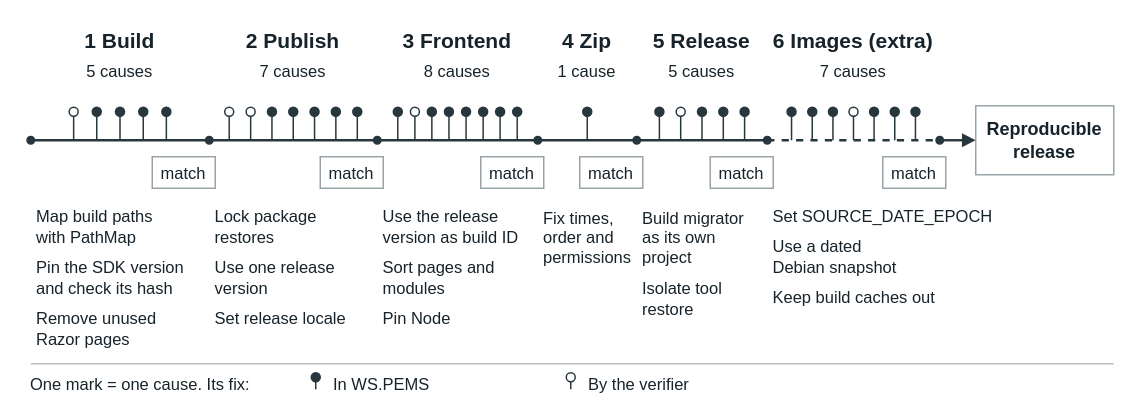
leosakharoff/dotnet-rebuild-experiments keeps this draw.io diagram as 1-ws-pems/figures/rq1-journey.drawio. Above is the earlier version. Source tidied: cells renumbered, new cells numbered last; positions are measured from the earlier drawing's top-left corner, leaving out a move shared by most shapes. Both pictures are drawn from the tidied source at 150%, with x=0, y=0 at pixel (27, 26).
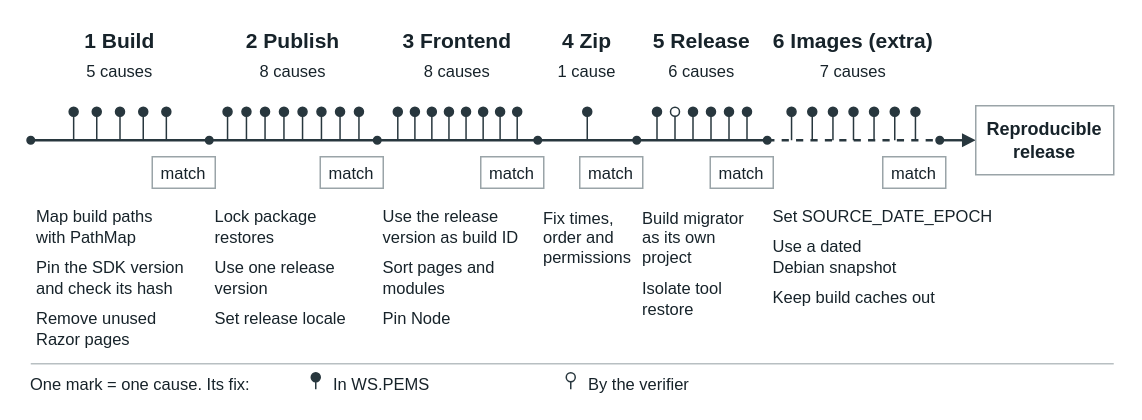
Above is the later version.

Commit message (it also covers changes not shown here):
RQ1 recount after thesis.7: two new causes and five verifier steps fixed in WS.PEMS

Diff of the diagram source:
```diff
@@
-    <mxCell id="6" style="shape=ellipse;strokeColor=#28373e;fillColor=#ffffff;strokeWidth=1;" parent="1" vertex="1">
+    <mxCell id="6" style="shape=ellipse;strokeColor=#28373e;fillColor=#28373e;strokeWidth=1;" parent="1" vertex="1">
       <mxGeometry x="27.6" y="54" width="6" height="6" as="geometry" />
     </mxCell>
@@
-    <mxCell id="20" value="7 causes" style="html=1;whiteSpace=wrap;align=center;verticalAlign=middle;fontFamily=Helvetica;fontColor=#17232a;fontSize=11;fillColor=none;strokeColor=none;spacing=0;" parent="1" vertex="1">
+    <mxCell id="20" value="8 causes" style="html=1;whiteSpace=wrap;align=center;verticalAlign=middle;fontFamily=Helvetica;fontColor=#17232a;fontSize=11;fillColor=none;strokeColor=none;spacing=0;" parent="1" vertex="1">
       <mxGeometry x="121" y="22" width="112" height="16" as="geometry" />
     </mxCell>
@@
     <mxCell id="22" style="html=1;edgeStyle=none;rounded=0;strokeColor=#28373e;strokeWidth=1;endArrow=none;endFill=1;endSize=5;" parent="1" edge="1">
       <mxGeometry relative="1" as="geometry">
-        <mxPoint x="134.3" y="76" as="sourcePoint" />
-        <mxPoint x="134.3" y="57" as="targetPoint" />
+        <mxPoint x="133.2" y="76" as="sourcePoint" />
+        <mxPoint x="133.2" y="57" as="targetPoint" />
       </mxGeometry>
     </mxCell>
-    <mxCell id="23" style="shape=ellipse;strokeColor=#28373e;fillColor=#ffffff;strokeWidth=1;" parent="1" vertex="1">
-      <mxGeometry x="131.3" y="54" width="6" height="6" as="geometry" />
+    <mxCell id="23" style="shape=ellipse;strokeColor=#28373e;fillColor=#28373e;strokeWidth=1;" parent="1" vertex="1">
+      <mxGeometry x="130.2" y="54" width="6" height="6" as="geometry" />
     </mxCell>
     <mxCell id="24" style="html=1;edgeStyle=none;rounded=0;strokeColor=#28373e;strokeWidth=1;endArrow=none;endFill=1;endSize=5;" parent="1" edge="1">
       <mxGeometry relative="1" as="geometry">
-        <mxPoint x="148.6" y="76" as="sourcePoint" />
-        <mxPoint x="148.6" y="57" as="targetPoint" />
+        <mxPoint x="145.8" y="76" as="sourcePoint" />
+        <mxPoint x="145.8" y="57" as="targetPoint" />
       </mxGeometry>
     </mxCell>
-    <mxCell id="25" style="shape=ellipse;strokeColor=#28373e;fillColor=#ffffff;strokeWidth=1;" parent="1" vertex="1">
-      <mxGeometry x="145.6" y="54" width="6" height="6" as="geometry" />
+    <mxCell id="25" style="shape=ellipse;strokeColor=#28373e;fillColor=#28373e;strokeWidth=1;" parent="1" vertex="1">
+      <mxGeometry x="142.8" y="54" width="6" height="6" as="geometry" />
     </mxCell>
     <mxCell id="26" style="html=1;edgeStyle=none;rounded=0;strokeColor=#28373e;strokeWidth=1;endArrow=none;endFill=1;endSize=5;" parent="1" edge="1">
       <mxGeometry relative="1" as="geometry">
-        <mxPoint x="162.8" y="76" as="sourcePoint" />
-        <mxPoint x="162.8" y="57" as="targetPoint" />
+        <mxPoint x="158.2" y="76" as="sourcePoint" />
+        <mxPoint x="158.2" y="57" as="targetPoint" />
       </mxGeometry>
     </mxCell>
     <mxCell id="27" style="shape=ellipse;strokeColor=#28373e;fillColor=#28373e;strokeWidth=1;" parent="1" vertex="1">
-      <mxGeometry x="159.8" y="54" width="6" height="6" as="geometry" />
+      <mxGeometry x="155.2" y="54" width="6" height="6" as="geometry" />
     </mxCell>
     <mxCell id="28" style="html=1;edgeStyle=none;rounded=0;strokeColor=#28373e;strokeWidth=1;endArrow=none;endFill=1;endSize=5;" parent="1" edge="1">
       <mxGeometry relative="1" as="geometry">
-        <mxPoint x="177" y="76" as="sourcePoint" />
-        <mxPoint x="177" y="57" as="targetPoint" />
+        <mxPoint x="170.8" y="76" as="sourcePoint" />
+        <mxPoint x="170.8" y="57" as="targetPoint" />
       </mxGeometry>
     </mxCell>
     <mxCell id="29" style="shape=ellipse;strokeColor=#28373e;fillColor=#28373e;strokeWidth=1;" parent="1" vertex="1">
-      <mxGeometry x="174" y="54" width="6" height="6" as="geometry" />
+      <mxGeometry x="167.8" y="54" width="6" height="6" as="geometry" />
     </mxCell>
     <mxCell id="30" style="html=1;edgeStyle=none;rounded=0;strokeColor=#28373e;strokeWidth=1;endArrow=none;endFill=1;endSize=5;" parent="1" edge="1">
       <mxGeometry relative="1" as="geometry">
-        <mxPoint x="191.2" y="76" as="sourcePoint" />
-        <mxPoint x="191.2" y="57" as="targetPoint" />
+        <mxPoint x="183.2" y="76" as="sourcePoint" />
+        <mxPoint x="183.2" y="57" as="targetPoint" />
       </mxGeometry>
     </mxCell>
     <mxCell id="31" style="shape=ellipse;strokeColor=#28373e;fillColor=#28373e;strokeWidth=1;" parent="1" vertex="1">
-      <mxGeometry x="188.2" y="54" width="6" height="6" as="geometry" />
+      <mxGeometry x="180.2" y="54" width="6" height="6" as="geometry" />
     </mxCell>
     <mxCell id="32" style="html=1;edgeStyle=none;rounded=0;strokeColor=#28373e;strokeWidth=1;endArrow=none;endFill=1;endSize=5;" parent="1" edge="1">
       <mxGeometry relative="1" as="geometry">
-        <mxPoint x="205.4" y="76" as="sourcePoint" />
-        <mxPoint x="205.4" y="57" as="targetPoint" />
+        <mxPoint x="195.8" y="76" as="sourcePoint" />
+        <mxPoint x="195.8" y="57" as="targetPoint" />
       </mxGeometry>
     </mxCell>
     <mxCell id="33" style="shape=ellipse;strokeColor=#28373e;fillColor=#28373e;strokeWidth=1;" parent="1" vertex="1">
-      <mxGeometry x="202.4" y="54" width="6" height="6" as="geometry" />
+      <mxGeometry x="192.8" y="54" width="6" height="6" as="geometry" />
     </mxCell>
     <mxCell id="34" style="html=1;edgeStyle=none;rounded=0;strokeColor=#28373e;strokeWidth=1;endArrow=none;endFill=1;endSize=5;" parent="1" edge="1">
       <mxGeometry relative="1" as="geometry">
-        <mxPoint x="219.7" y="76" as="sourcePoint" />
-        <mxPoint x="219.7" y="57" as="targetPoint" />
+        <mxPoint x="208.2" y="76" as="sourcePoint" />
+        <mxPoint x="208.2" y="57" as="targetPoint" />
       </mxGeometry>
     </mxCell>
     <mxCell id="35" style="shape=ellipse;strokeColor=#28373e;fillColor=#28373e;strokeWidth=1;" parent="1" vertex="1">
-      <mxGeometry x="216.7" y="54" width="6" height="6" as="geometry" />
+      <mxGeometry x="205.2" y="54" width="6" height="6" as="geometry" />
     </mxCell>
+    <mxCell id="124" style="html=1;edgeStyle=none;rounded=0;strokeColor=#28373e;strokeWidth=1;endArrow=none;endFill=1;endSize=5;" parent="1" edge="1">
+      <mxGeometry relative="1" as="geometry">
+        <mxPoint x="220.8" y="76" as="sourcePoint" />
+        <mxPoint x="220.8" y="57" as="targetPoint" />
+      </mxGeometry>
+    </mxCell>
+    <mxCell id="125" style="shape=ellipse;strokeColor=#28373e;fillColor=#28373e;strokeWidth=1;" parent="1" vertex="1">
+      <mxGeometry x="217.8" y="54" width="6" height="6" as="geometry" />
+    </mxCell>
@@
-    <mxCell id="46" style="shape=ellipse;strokeColor=#28373e;fillColor=#ffffff;strokeWidth=1;" parent="1" vertex="1">
+    <mxCell id="46" style="shape=ellipse;strokeColor=#28373e;fillColor=#28373e;strokeWidth=1;" parent="1" vertex="1">
       <mxGeometry x="255.1" y="54" width="6" height="6" as="geometry" />
     </mxCell>
@@
-    <mxCell id="71" value="5 causes" style="html=1;whiteSpace=wrap;align=center;verticalAlign=middle;fontFamily=Helvetica;fontColor=#17232a;fontSize=11;fillColor=none;strokeColor=none;spacing=0;" parent="1" vertex="1">
+    <mxCell id="71" value="6 causes" style="html=1;whiteSpace=wrap;align=center;verticalAlign=middle;fontFamily=Helvetica;fontColor=#17232a;fontSize=11;fillColor=none;strokeColor=none;spacing=0;" parent="1" vertex="1">
       <mxGeometry x="406" y="22" width="87" height="16" as="geometry" />
     </mxCell>
@@
     <mxCell id="73" style="html=1;edgeStyle=none;rounded=0;strokeColor=#28373e;strokeWidth=1;endArrow=none;endFill=1;endSize=5;" parent="1" edge="1">
       <mxGeometry relative="1" as="geometry">
-        <mxPoint x="421.1" y="76" as="sourcePoint" />
-        <mxPoint x="421.1" y="57" as="targetPoint" />
+        <mxPoint x="419.5" y="76" as="sourcePoint" />
+        <mxPoint x="419.5" y="57" as="targetPoint" />
       </mxGeometry>
     </mxCell>
     <mxCell id="74" style="shape=ellipse;strokeColor=#28373e;fillColor=#28373e;strokeWidth=1;" parent="1" vertex="1">
-      <mxGeometry x="418.1" y="54" width="6" height="6" as="geometry" />
+      <mxGeometry x="416.5" y="54" width="6" height="6" as="geometry" />
     </mxCell>
     <mxCell id="75" style="html=1;edgeStyle=none;rounded=0;strokeColor=#28373e;strokeWidth=1;endArrow=none;endFill=1;endSize=5;" parent="1" edge="1">
       <mxGeometry relative="1" as="geometry">
-        <mxPoint x="435.3" y="76" as="sourcePoint" />
-        <mxPoint x="435.3" y="57" as="targetPoint" />
+        <mxPoint x="431.5" y="76" as="sourcePoint" />
+        <mxPoint x="431.5" y="57" as="targetPoint" />
       </mxGeometry>
     </mxCell>
     <mxCell id="76" style="shape=ellipse;strokeColor=#28373e;fillColor=#ffffff;strokeWidth=1;" parent="1" vertex="1">
-      <mxGeometry x="432.3" y="54" width="6" height="6" as="geometry" />
+      <mxGeometry x="428.5" y="54" width="6" height="6" as="geometry" />
     </mxCell>
     <mxCell id="77" style="html=1;edgeStyle=none;rounded=0;strokeColor=#28373e;strokeWidth=1;endArrow=none;endFill=1;endSize=5;" parent="1" edge="1">
       <mxGeometry relative="1" as="geometry">
-        <mxPoint x="449.5" y="76" as="sourcePoint" />
-        <mxPoint x="449.5" y="57" as="targetPoint" />
+        <mxPoint x="443.5" y="76" as="sourcePoint" />
+        <mxPoint x="443.5" y="57" as="targetPoint" />
       </mxGeometry>
     </mxCell>
     <mxCell id="78" style="shape=ellipse;strokeColor=#28373e;fillColor=#28373e;strokeWidth=1;" parent="1" vertex="1">
-      <mxGeometry x="446.5" y="54" width="6" height="6" as="geometry" />
+      <mxGeometry x="440.5" y="54" width="6" height="6" as="geometry" />
     </mxCell>
     <mxCell id="79" style="html=1;edgeStyle=none;rounded=0;strokeColor=#28373e;strokeWidth=1;endArrow=none;endFill=1;endSize=5;" parent="1" edge="1">
       <mxGeometry relative="1" as="geometry">
-        <mxPoint x="463.7" y="76" as="sourcePoint" />
-        <mxPoint x="463.7" y="57" as="targetPoint" />
+        <mxPoint x="455.5" y="76" as="sourcePoint" />
+        <mxPoint x="455.5" y="57" as="targetPoint" />
       </mxGeometry>
     </mxCell>
     <mxCell id="80" style="shape=ellipse;strokeColor=#28373e;fillColor=#28373e;strokeWidth=1;" parent="1" vertex="1">
-      <mxGeometry x="460.7" y="54" width="6" height="6" as="geometry" />
+      <mxGeometry x="452.5" y="54" width="6" height="6" as="geometry" />
     </mxCell>
     <mxCell id="81" style="html=1;edgeStyle=none;rounded=0;strokeColor=#28373e;strokeWidth=1;endArrow=none;endFill=1;endSize=5;" parent="1" edge="1">
       <mxGeometry relative="1" as="geometry">
-        <mxPoint x="477.9" y="76" as="sourcePoint" />
-        <mxPoint x="477.9" y="57" as="targetPoint" />
+        <mxPoint x="467.5" y="76" as="sourcePoint" />
+        <mxPoint x="467.5" y="57" as="targetPoint" />
       </mxGeometry>
     </mxCell>
     <mxCell id="82" style="shape=ellipse;strokeColor=#28373e;fillColor=#28373e;strokeWidth=1;" parent="1" vertex="1">
-      <mxGeometry x="474.9" y="54" width="6" height="6" as="geometry" />
+      <mxGeometry x="464.5" y="54" width="6" height="6" as="geometry" />
     </mxCell>
+    <mxCell id="126" style="html=1;edgeStyle=none;rounded=0;strokeColor=#28373e;strokeWidth=1;endArrow=none;endFill=1;endSize=5;" parent="1" edge="1">
+      <mxGeometry relative="1" as="geometry">
+        <mxPoint x="479.5" y="76" as="sourcePoint" />
+        <mxPoint x="479.5" y="57" as="targetPoint" />
+      </mxGeometry>
+    </mxCell>
+    <mxCell id="127" style="shape=ellipse;strokeColor=#28373e;fillColor=#28373e;strokeWidth=1;" parent="1" vertex="1">
+      <mxGeometry x="476.5" y="54" width="6" height="6" as="geometry" />
+    </mxCell>
@@
-    <mxCell id="96" style="shape=ellipse;strokeColor=#28373e;fillColor=#ffffff;strokeWidth=1;" parent="1" vertex="1">
+    <mxCell id="96" style="shape=ellipse;strokeColor=#28373e;fillColor=#28373e;strokeWidth=1;" parent="1" vertex="1">
       <mxGeometry x="547.5" y="54" width="6" height="6" as="geometry" />
     </mxCell>
```
